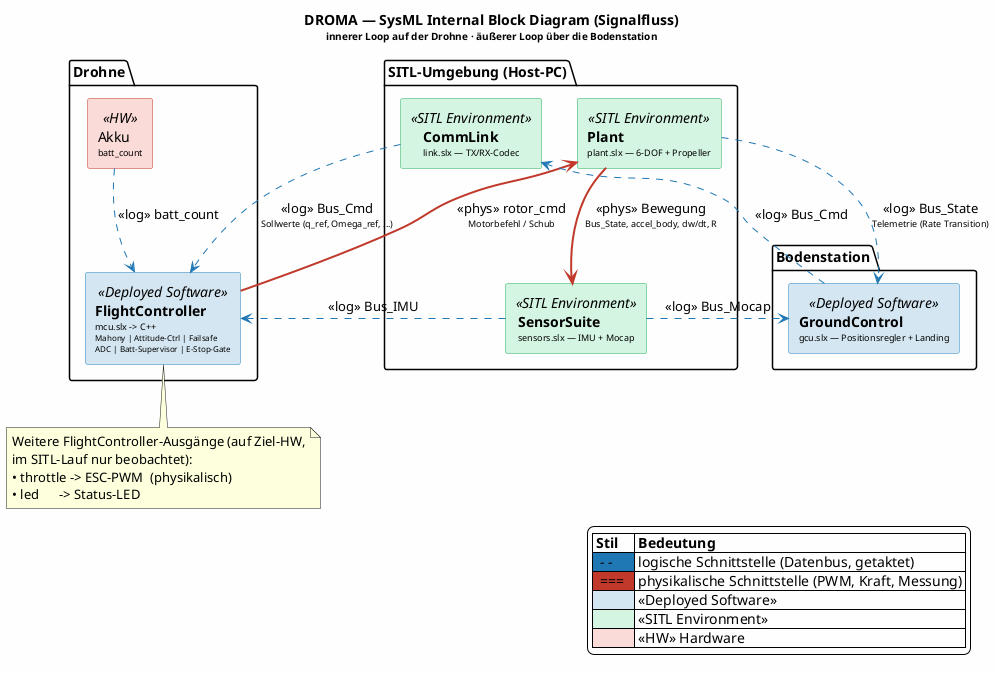
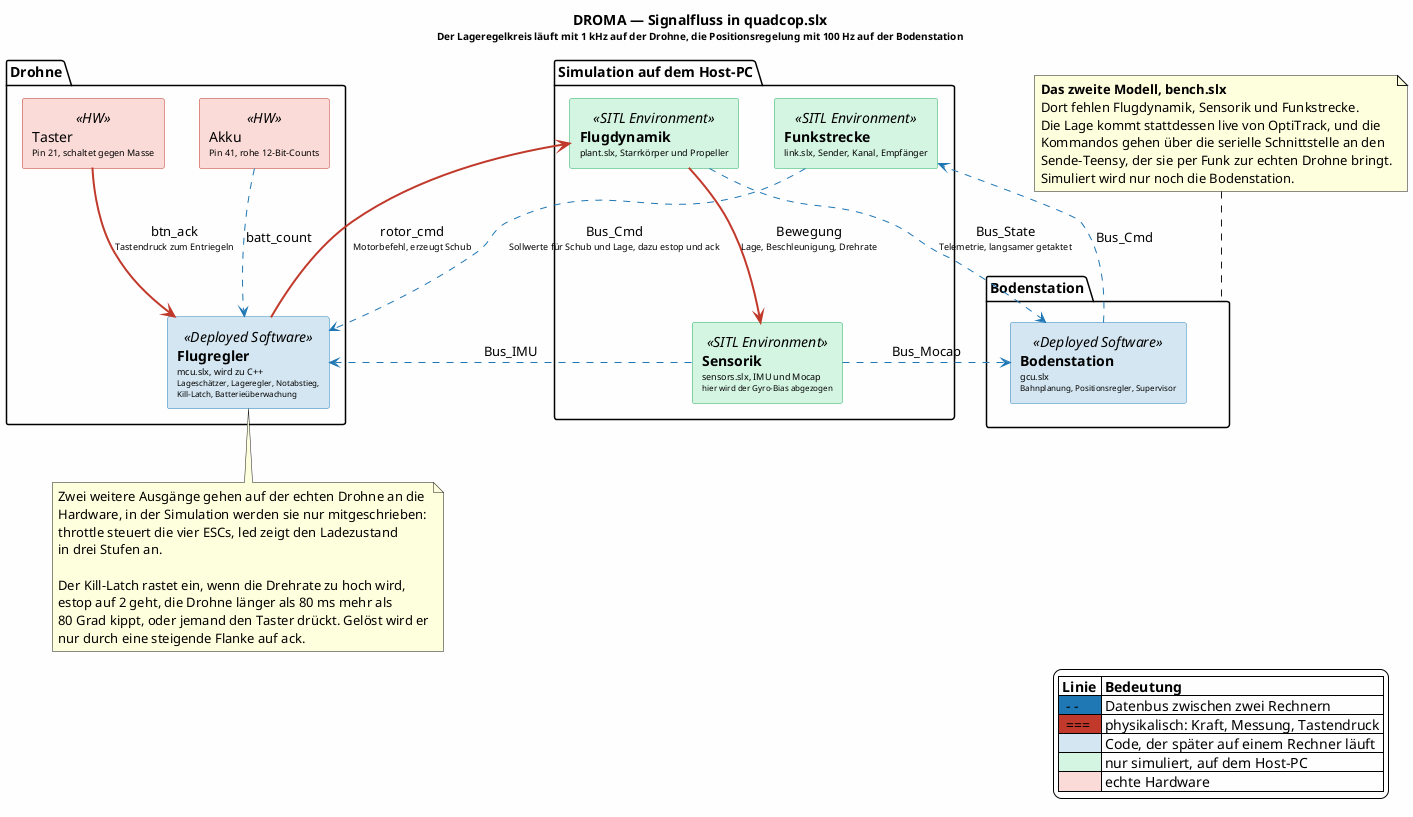
@startuml DROMA_IBD
' =====================================================================
- '  DROMA — SysML Internal Block Diagram (Signalfluss / Regelkreis)
- '  Quelle: quadcop.slx <Line>-Verschaltung der 5 ModelReference-Blöcke
- '  logische Schnittstelle = blau gestrichelt (Datenbus)
- '  physikalische Schnittstelle = rot fett (PWM, Kraft, Messung)
+ '  DROMA — SysML Internal Block Diagram (Signalfluss)
+ '  Quelle: Verschaltung der fünf Modellreferenzen in quadcop.slx
+ '  blau gestrichelt = Datenbus, rot durchgezogen = physikalisch
' =====================================================================
skinparam backgroundColor #FEFEFE
skinparam shadowing false
skinparam componentStyle rectangle
skinparam defaultFontName "Segoe UI"
skinparam component {
  BackgroundColor<<Deployed Software>> #D4E6F1
  BorderColor<<Deployed Software>>     #2E86C1
  BackgroundColor<<SITL Environment>>  #D5F5E3
  BorderColor<<SITL Environment>>      #27AE60
  BackgroundColor<<HW>>                #FADBD8
  BorderColor<<HW>>                    #C0392B
  FontColor black
}

- title <b>DROMA — SysML Internal Block Diagram (Signalfluss)</b>\n<size:10>innerer Loop auf der Drohne · äußerer Loop über die Bodenstation</size>
+ title <b>DROMA — Signalfluss in quadcop.slx</b>\n<size:10>Der Lageregelkreis läuft mit 1 kHz auf der Drohne, die Positionsregelung mit 100 Hz auf der Bodenstation</size>

- package "SITL-Umgebung (Host-PC)" as ZSITL {
-   component "**Plant**\n<size:9>plant.slx — 6-DOF + Propeller</size>" as PLANT <<SITL Environment>>
-   component "**SensorSuite**\n<size:9>sensors.slx — IMU + Mocap</size>" as SENS <<SITL Environment>>
-   component "**CommLink**\n<size:9>link.slx — TX/RX-Codec</size>" as LINK <<SITL Environment>>
+ package "Drohne" as ZDRONE {
+   component "**Flugregler**\n<size:9>mcu.slx, wird zu C++</size>\n<size:8>Lageschätzer, Lageregler, Notabstieg,</size>\n<size:8>Kill-Latch, Batterieüberwachung</size>" as MCU <<Deployed Software>>
+   component "Akku\n<size:9>Pin 41, rohe 12-Bit-Counts</size>" as BATT <<HW>>
+   component "Taster\n<size:9>Pin 21, schaltet gegen Masse</size>" as BTN <<HW>>
}

- package "Drohne" as ZDRONE {
-   component "**FlightController**\n<size:9>mcu.slx -> C++</size>\n<size:8>Mahony | Attitude-Ctrl | Failsafe</size>\n<size:8>ADC | Batt-Supervisor | E-Stop-Gate</size>" as MCU <<Deployed Software>>
-   component "Akku\n<size:9>batt_count</size>" as BATT <<HW>>
+ package "Simulation auf dem Host-PC" as ZSITL {
+   component "**Flugdynamik**\n<size:9>plant.slx, Starrkörper und Propeller</size>" as PLANT <<SITL Environment>>
+   component "**Sensorik**\n<size:9>sensors.slx, IMU und Mocap</size>\n<size:8>hier wird der Gyro-Bias abgezogen</size>" as SENS <<SITL Environment>>
+   component "**Funkstrecke**\n<size:9>link.slx, Sender, Kanal, Empfänger</size>" as LINK <<SITL Environment>>
}

package "Bodenstation" as ZGS {
-   component "**GroundControl**\n<size:9>gcu.slx — Positionsregler + Landing</size>" as GCU <<Deployed Software>>
+   component "**Bodenstation**\n<size:9>gcu.slx</size>\n<size:8>Bahnplanung, Positionsregler, Supervisor</size>" as GCU <<Deployed Software>>
}

- ' ================= PHYSIKALISCHE Schnittstellen (rot, fett) ==========
- MCU   -[#C0392B,bold]->  PLANT : «phys» rotor_cmd\n<size:9>Motorbefehl / Schub</size>
- PLANT -[#C0392B,bold]->  SENS  : «phys» Bewegung\n<size:9>Bus_State, accel_body, dw/dt, R</size>
+ ' ================= physikalisch (rot, durchgezogen) ==================
+ MCU   -[#C0392B,bold]->  PLANT : rotor_cmd\n<size:9>Motorbefehl, erzeugt Schub</size>
+ PLANT -[#C0392B,bold]->  SENS  : Bewegung\n<size:9>Lage, Beschleunigung, Drehrate</size>
+ BTN   -[#C0392B,bold]->  MCU   : btn_ack\n<size:9>Tastendruck zum Entriegeln</size>

- ' ================= LOGISCHE Schnittstellen (blau, gestrichelt) =======
- SENS  -[#1F77B4,dashed]->  MCU  : «log» Bus_IMU
- LINK  -[#1F77B4,dashed]->  MCU  : «log» Bus_Cmd\n<size:9>Sollwerte (q_ref, Omega_ref, ...)</size>
- GCU   -[#1F77B4,dashed]->  LINK : «log» Bus_Cmd
- SENS  -[#1F77B4,dashed]->  GCU  : «log» Bus_Mocap
- PLANT -[#1F77B4,dashed]->  GCU  : «log» Bus_State\n<size:9>Telemetrie (Rate Transition)</size>
- BATT  -[#1F77B4,dashed]->  MCU  : «log» batt_count
+ ' ================= Datenbusse (blau, gestrichelt) ====================
+ SENS  -[#1F77B4,dashed]->  MCU  : Bus_IMU
+ LINK  -[#1F77B4,dashed]->  MCU  : Bus_Cmd\n<size:9>Sollwerte für Schub und Lage, dazu estop und ack</size>
+ GCU   -[#1F77B4,dashed]->  LINK : Bus_Cmd
+ SENS  -[#1F77B4,dashed]->  GCU  : Bus_Mocap
+ PLANT -[#1F77B4,dashed]->  GCU  : Bus_State\n<size:9>Telemetrie, langsamer getaktet</size>
+ BATT  -[#1F77B4,dashed]->  MCU  : batt_count

- ' ================= Hardware-orientierte Ausgänge (in SITL terminiert) =
+ ' ================= Anmerkungen =======================================
note bottom of MCU
-   Weitere FlightController-Ausgänge (auf Ziel-HW,
-   im SITL-Lauf nur beobachtet):
-   • throttle -> ESC-PWM  (physikalisch)
-   • led      -> Status-LED
+   Zwei weitere Ausgänge gehen auf der echten Drohne an die
+   Hardware, in der Simulation werden sie nur mitgeschrieben:
+   throttle steuert die vier ESCs, led zeigt den Ladezustand
+   in drei Stufen an.
+ 
+   Der Kill-Latch rastet ein, wenn die Drehrate zu hoch wird,
+   estop auf 2 geht, die Drohne länger als 80 ms mehr als
+   80 Grad kippt, oder jemand den Taster drückt. Gelöst wird er
+   nur durch eine steigende Flanke auf ack.
end note

+ note as N_BENCH
+   <b>Das zweite Modell, bench.slx</b>
+   Dort fehlen Flugdynamik, Sensorik und Funkstrecke.
+   Die Lage kommt stattdessen live von OptiTrack, und die
+   Kommandos gehen über die serielle Schnittstelle an den
+   Sende-Teensy, der sie per Funk zur echten Drohne bringt.
+   Simuliert wird nur noch die Bodenstation.
+ end note
+ N_BENCH .. ZGS
+ 
legend right
-   |= Stil |= Bedeutung |
-   |<#1F77B4>  - -   | logische Schnittstelle (Datenbus, getaktet) |
-   |<#C0392B>  ===   | physikalische Schnittstelle (PWM, Kraft, Messung) |
-   |<#D4E6F1>        | <<Deployed Software>> |
-   |<#D5F5E3>        | <<SITL Environment>> |
-   |<#FADBD8>        | <<HW>> Hardware |
+   |= Linie |= Bedeutung |
+   |<#1F77B4>  - -   | Datenbus zwischen zwei Rechnern |
+   |<#C0392B>  ===   | physikalisch: Kraft, Messung, Tastendruck |
+   |<#D4E6F1>        | Code, der später auf einem Rechner läuft |
+   |<#D5F5E3>        | nur simuliert, auf dem Host-PC |
+   |<#FADBD8>        | echte Hardware |
endlegend
@enduml
